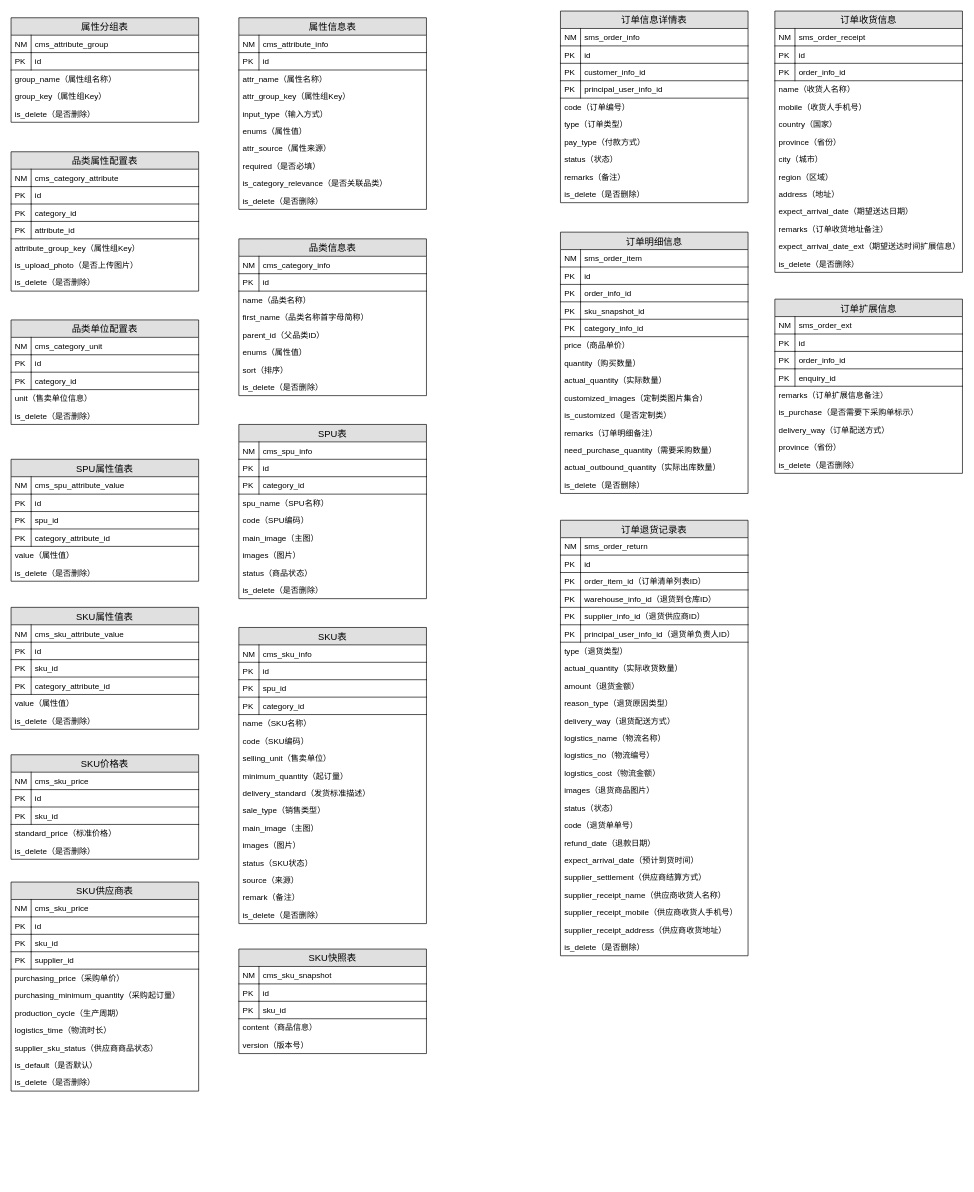
Before: page "第 5 页" (5 of 5) of 技术架构.drawio in jason-live/flow, a draw.io diagram. Source tidied: cells renumbered, new cells numbered last; positions are measured from the earlier drawing's top-left corner, leaving out a move shared by most shapes. Both pictures are drawn from the tidied source at 67%, with x=0, y=0 at pixel (11, 11).
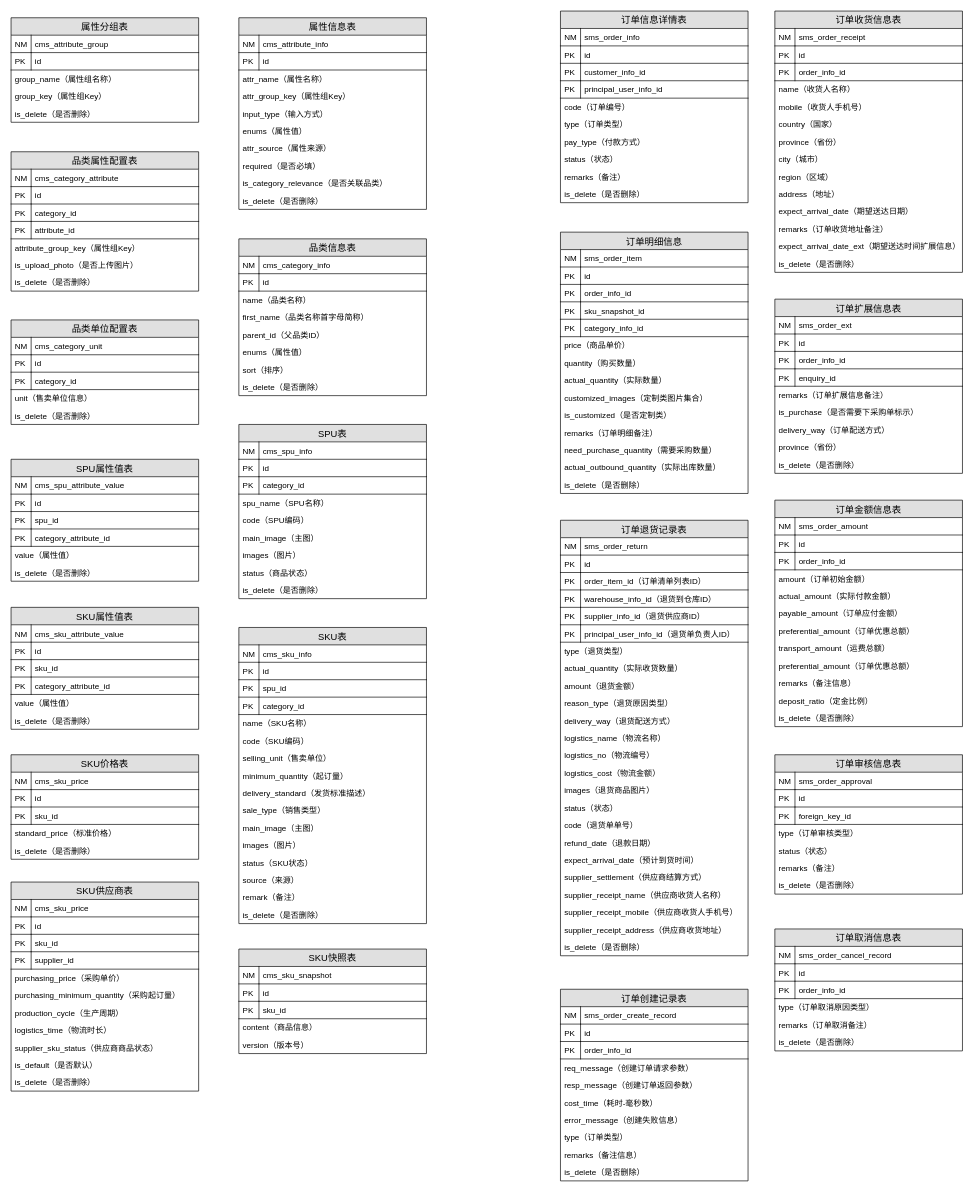
After the change.

The edit, as a diff of the source:
```diff
@@
-    <mxCell id="105" value="订单收货信息" style="swimlane;fontStyle=0;horizontal=1;startSize=26;fillColor=#e0e0e0;swimlaneFillColor=#ffffff;align=center;fontSize=14;" parent="1" vertex="1">
+    <mxCell id="105" value="订单收货信息表" style="swimlane;fontStyle=0;horizontal=1;startSize=26;fillColor=#e0e0e0;swimlaneFillColor=#ffffff;align=center;fontSize=14;" parent="1" vertex="1">
       <mxGeometry x="1140" width="280" height="390" as="geometry" />
     </mxCell>
@@
-    <mxCell id="198" value="订单扩展信息" style="swimlane;fontStyle=0;horizontal=1;startSize=26;fillColor=#e0e0e0;swimlaneFillColor=#ffffff;align=center;fontSize=14;" parent="1" vertex="1">
+    <mxCell id="198" value="订单扩展信息表" style="swimlane;fontStyle=0;horizontal=1;startSize=26;fillColor=#e0e0e0;swimlaneFillColor=#ffffff;align=center;fontSize=14;" parent="1" vertex="1">
       <mxGeometry x="1140" y="430" width="280" height="260" as="geometry" />
     </mxCell>
@@
+    <mxCell id="243" value="订单金额信息表" style="swimlane;fontStyle=0;horizontal=1;startSize=26;fillColor=#e0e0e0;swimlaneFillColor=#ffffff;align=center;fontSize=14;" parent="1" vertex="1">
+      <mxGeometry x="1140" y="730" width="280" height="338" as="geometry" />
+    </mxCell>
+    <mxCell id="244" value="sms_order_amount" style="shape=partialRectangle;top=0;left=0;right=0;bottom=1;align=left;verticalAlign=top;fillColor=none;spacingLeft=34;spacingRight=4;overflow=hidden;fontSize=12;" parent="243" vertex="1">
+      <mxGeometry y="26" width="280" height="26" as="geometry" />
+    </mxCell>
+    <mxCell id="245" value="NM" style="shape=partialRectangle;top=0;left=0;bottom=0;fillColor=none;align=left;verticalAlign=top;spacingLeft=4;spacingRight=4;overflow=hidden;fontSize=12;" parent="244" vertex="1">
+      <mxGeometry width="30" height="26" as="geometry" />
+    </mxCell>
+    <mxCell id="246" value="id" style="shape=partialRectangle;top=0;left=0;right=0;bottom=1;align=left;verticalAlign=top;fillColor=none;spacingLeft=34;spacingRight=4;overflow=hidden;fontSize=12;" parent="243" vertex="1">
+      <mxGeometry y="52" width="280" height="26" as="geometry" />
+    </mxCell>
+    <mxCell id="247" value="PK" style="shape=partialRectangle;top=0;left=0;bottom=0;fillColor=none;align=left;verticalAlign=top;spacingLeft=4;spacingRight=4;overflow=hidden;fontSize=12;" parent="246" vertex="1">
+      <mxGeometry width="30" height="26" as="geometry" />
+    </mxCell>
+    <mxCell id="248" value="order_info_id" style="shape=partialRectangle;top=0;left=0;right=0;bottom=1;align=left;verticalAlign=top;fillColor=none;spacingLeft=34;spacingRight=4;overflow=hidden;fontSize=12;" parent="243" vertex="1">
+      <mxGeometry y="78" width="280" height="26" as="geometry" />
+    </mxCell>
+    <mxCell id="249" value="PK" style="shape=partialRectangle;top=0;left=0;bottom=0;fillColor=none;align=left;verticalAlign=top;spacingLeft=4;spacingRight=4;overflow=hidden;fontSize=12;" parent="248" vertex="1">
+      <mxGeometry width="30" height="26" as="geometry" />
+    </mxCell>
+    <mxCell id="250" value="amount（订单初始金额）" style="text;strokeColor=none;fillColor=none;spacingLeft=4;spacingRight=4;overflow=hidden;fontSize=12;rounded=1;shadow=0;html=0;" parent="243" vertex="1">
+      <mxGeometry y="104" width="280" height="26" as="geometry" />
+    </mxCell>
+    <mxCell id="251" value="actual_amount（实际付款金额）" style="text;strokeColor=none;fillColor=none;spacingLeft=4;spacingRight=4;overflow=hidden;fontSize=12;rounded=1;shadow=0;html=0;" parent="243" vertex="1">
+      <mxGeometry y="130" width="280" height="26" as="geometry" />
+    </mxCell>
+    <mxCell id="252" value="payable_amount（订单应付金额）" style="text;strokeColor=none;fillColor=none;spacingLeft=4;spacingRight=4;overflow=hidden;fontSize=12;rounded=1;shadow=0;html=0;" parent="243" vertex="1">
+      <mxGeometry y="156" width="280" height="26" as="geometry" />
+    </mxCell>
+    <mxCell id="253" value="preferential_amount（订单优惠总额）" style="text;strokeColor=none;fillColor=none;spacingLeft=4;spacingRight=4;overflow=hidden;fontSize=12;rounded=1;shadow=0;html=0;" parent="243" vertex="1">
+      <mxGeometry y="182" width="280" height="26" as="geometry" />
+    </mxCell>
+    <mxCell id="254" value="transport_amount（运费总额）" style="text;strokeColor=none;fillColor=none;spacingLeft=4;spacingRight=4;overflow=hidden;fontSize=12;rounded=1;shadow=0;html=0;" parent="243" vertex="1">
+      <mxGeometry y="208" width="280" height="26" as="geometry" />
+    </mxCell>
+    <mxCell id="255" value="preferential_amount（订单优惠总额）" style="text;strokeColor=none;fillColor=none;spacingLeft=4;spacingRight=4;overflow=hidden;fontSize=12;rounded=1;shadow=0;html=0;" parent="243" vertex="1">
+      <mxGeometry y="234" width="280" height="26" as="geometry" />
+    </mxCell>
+    <mxCell id="256" value="remarks（备注信息）" style="text;strokeColor=none;fillColor=none;spacingLeft=4;spacingRight=4;overflow=hidden;fontSize=12;rounded=1;shadow=0;html=0;" parent="243" vertex="1">
+      <mxGeometry y="260" width="280" height="26" as="geometry" />
+    </mxCell>
+    <mxCell id="257" value="deposit_ratio（定金比例）" style="text;strokeColor=none;fillColor=none;spacingLeft=4;spacingRight=4;overflow=hidden;fontSize=12;rounded=1;shadow=0;html=0;" parent="243" vertex="1">
+      <mxGeometry y="286" width="280" height="26" as="geometry" />
+    </mxCell>
+    <mxCell id="258" value="is_delete（是否删除）" style="text;strokeColor=none;fillColor=none;spacingLeft=4;spacingRight=4;overflow=hidden;fontSize=12;rounded=1;shadow=0;html=0;" parent="243" vertex="1">
+      <mxGeometry y="312" width="280" height="26" as="geometry" />
+    </mxCell>
+    <mxCell id="259" value="订单审核信息表" style="swimlane;fontStyle=0;horizontal=1;startSize=26;fillColor=#e0e0e0;swimlaneFillColor=#ffffff;align=center;fontSize=14;" parent="1" vertex="1">
+      <mxGeometry x="1140" y="1110" width="280" height="208" as="geometry" />
+    </mxCell>
+    <mxCell id="260" value="sms_order_approval" style="shape=partialRectangle;top=0;left=0;right=0;bottom=1;align=left;verticalAlign=top;fillColor=none;spacingLeft=34;spacingRight=4;overflow=hidden;fontSize=12;" parent="259" vertex="1">
+      <mxGeometry y="26" width="280" height="26" as="geometry" />
+    </mxCell>
+    <mxCell id="261" value="NM" style="shape=partialRectangle;top=0;left=0;bottom=0;fillColor=none;align=left;verticalAlign=top;spacingLeft=4;spacingRight=4;overflow=hidden;fontSize=12;" parent="260" vertex="1">
+      <mxGeometry width="30" height="26" as="geometry" />
+    </mxCell>
+    <mxCell id="262" value="id" style="shape=partialRectangle;top=0;left=0;right=0;bottom=1;align=left;verticalAlign=top;fillColor=none;spacingLeft=34;spacingRight=4;overflow=hidden;fontSize=12;" parent="259" vertex="1">
+      <mxGeometry y="52" width="280" height="26" as="geometry" />
+    </mxCell>
+    <mxCell id="263" value="PK" style="shape=partialRectangle;top=0;left=0;bottom=0;fillColor=none;align=left;verticalAlign=top;spacingLeft=4;spacingRight=4;overflow=hidden;fontSize=12;" parent="262" vertex="1">
+      <mxGeometry width="30" height="26" as="geometry" />
+    </mxCell>
+    <mxCell id="264" value="foreign_key_id" style="shape=partialRectangle;top=0;left=0;right=0;bottom=1;align=left;verticalAlign=top;fillColor=none;spacingLeft=34;spacingRight=4;overflow=hidden;fontSize=12;" parent="259" vertex="1">
+      <mxGeometry y="78" width="280" height="26" as="geometry" />
+    </mxCell>
+    <mxCell id="265" value="PK" style="shape=partialRectangle;top=0;left=0;bottom=0;fillColor=none;align=left;verticalAlign=top;spacingLeft=4;spacingRight=4;overflow=hidden;fontSize=12;" parent="264" vertex="1">
+      <mxGeometry width="30" height="26" as="geometry" />
+    </mxCell>
+    <mxCell id="266" value="type（订单审核类型）" style="text;strokeColor=none;fillColor=none;spacingLeft=4;spacingRight=4;overflow=hidden;fontSize=12;rounded=1;shadow=0;html=0;" parent="259" vertex="1">
+      <mxGeometry y="104" width="280" height="26" as="geometry" />
+    </mxCell>
+    <mxCell id="267" value="status（状态）" style="text;strokeColor=none;fillColor=none;spacingLeft=4;spacingRight=4;overflow=hidden;fontSize=12;rounded=1;shadow=0;html=0;" parent="259" vertex="1">
+      <mxGeometry y="130" width="280" height="26" as="geometry" />
+    </mxCell>
+    <mxCell id="268" value="remarks（备注）" style="text;strokeColor=none;fillColor=none;spacingLeft=4;spacingRight=4;overflow=hidden;fontSize=12;rounded=1;shadow=0;html=0;" parent="259" vertex="1">
+      <mxGeometry y="156" width="280" height="26" as="geometry" />
+    </mxCell>
+    <mxCell id="269" value="is_delete（是否删除）" style="text;strokeColor=none;fillColor=none;spacingLeft=4;spacingRight=4;overflow=hidden;fontSize=12;rounded=1;shadow=0;html=0;" parent="259" vertex="1">
+      <mxGeometry y="182" width="280" height="26" as="geometry" />
+    </mxCell>
+    <mxCell id="270" value="订单取消信息表" style="swimlane;fontStyle=0;horizontal=1;startSize=26;fillColor=#e0e0e0;swimlaneFillColor=#ffffff;align=center;fontSize=14;" parent="1" vertex="1">
+      <mxGeometry x="1140" y="1370" width="280" height="182" as="geometry" />
+    </mxCell>
+    <mxCell id="271" value="sms_order_cancel_record" style="shape=partialRectangle;top=0;left=0;right=0;bottom=1;align=left;verticalAlign=top;fillColor=none;spacingLeft=34;spacingRight=4;overflow=hidden;fontSize=12;" parent="270" vertex="1">
+      <mxGeometry y="26" width="280" height="26" as="geometry" />
+    </mxCell>
+    <mxCell id="272" value="NM" style="shape=partialRectangle;top=0;left=0;bottom=0;fillColor=none;align=left;verticalAlign=top;spacingLeft=4;spacingRight=4;overflow=hidden;fontSize=12;" parent="271" vertex="1">
+      <mxGeometry width="30" height="26" as="geometry" />
+    </mxCell>
+    <mxCell id="273" value="id" style="shape=partialRectangle;top=0;left=0;right=0;bottom=1;align=left;verticalAlign=top;fillColor=none;spacingLeft=34;spacingRight=4;overflow=hidden;fontSize=12;" parent="270" vertex="1">
+      <mxGeometry y="52" width="280" height="26" as="geometry" />
+    </mxCell>
+    <mxCell id="274" value="PK" style="shape=partialRectangle;top=0;left=0;bottom=0;fillColor=none;align=left;verticalAlign=top;spacingLeft=4;spacingRight=4;overflow=hidden;fontSize=12;" parent="273" vertex="1">
+      <mxGeometry width="30" height="26" as="geometry" />
+    </mxCell>
+    <mxCell id="275" value="order_info_id" style="shape=partialRectangle;top=0;left=0;right=0;bottom=1;align=left;verticalAlign=top;fillColor=none;spacingLeft=34;spacingRight=4;overflow=hidden;fontSize=12;" parent="270" vertex="1">
+      <mxGeometry y="78" width="280" height="26" as="geometry" />
+    </mxCell>
+    <mxCell id="276" value="PK" style="shape=partialRectangle;top=0;left=0;bottom=0;fillColor=none;align=left;verticalAlign=top;spacingLeft=4;spacingRight=4;overflow=hidden;fontSize=12;" parent="275" vertex="1">
+      <mxGeometry width="30" height="26" as="geometry" />
+    </mxCell>
+    <mxCell id="277" value="type（订单取消原因类型）" style="text;strokeColor=none;fillColor=none;spacingLeft=4;spacingRight=4;overflow=hidden;fontSize=12;rounded=1;shadow=0;html=0;" parent="270" vertex="1">
+      <mxGeometry y="104" width="280" height="26" as="geometry" />
+    </mxCell>
+    <mxCell id="278" value="remarks（订单取消备注）" style="text;strokeColor=none;fillColor=none;spacingLeft=4;spacingRight=4;overflow=hidden;fontSize=12;rounded=1;shadow=0;html=0;" parent="270" vertex="1">
+      <mxGeometry y="130" width="280" height="26" as="geometry" />
+    </mxCell>
+    <mxCell id="279" value="is_delete（是否删除）" style="text;strokeColor=none;fillColor=none;spacingLeft=4;spacingRight=4;overflow=hidden;fontSize=12;rounded=1;shadow=0;html=0;" parent="270" vertex="1">
+      <mxGeometry y="156" width="280" height="26" as="geometry" />
+    </mxCell>
+    <mxCell id="280" value="订单创建记录表" style="swimlane;fontStyle=0;horizontal=1;startSize=26;fillColor=#e0e0e0;swimlaneFillColor=#ffffff;align=center;fontSize=14;" parent="1" vertex="1">
+      <mxGeometry x="820" y="1460" width="280" height="286" as="geometry" />
+    </mxCell>
+    <mxCell id="281" value="sms_order_create_record" style="shape=partialRectangle;top=0;left=0;right=0;bottom=1;align=left;verticalAlign=top;fillColor=none;spacingLeft=34;spacingRight=4;overflow=hidden;fontSize=12;" parent="280" vertex="1">
+      <mxGeometry y="26" width="280" height="26" as="geometry" />
+    </mxCell>
+    <mxCell id="282" value="NM" style="shape=partialRectangle;top=0;left=0;bottom=0;fillColor=none;align=left;verticalAlign=top;spacingLeft=4;spacingRight=4;overflow=hidden;fontSize=12;" parent="281" vertex="1">
+      <mxGeometry width="30" height="26" as="geometry" />
+    </mxCell>
+    <mxCell id="283" value="id" style="shape=partialRectangle;top=0;left=0;right=0;bottom=1;align=left;verticalAlign=top;fillColor=none;spacingLeft=34;spacingRight=4;overflow=hidden;fontSize=12;" parent="280" vertex="1">
+      <mxGeometry y="52" width="280" height="26" as="geometry" />
+    </mxCell>
+    <mxCell id="284" value="PK" style="shape=partialRectangle;top=0;left=0;bottom=0;fillColor=none;align=left;verticalAlign=top;spacingLeft=4;spacingRight=4;overflow=hidden;fontSize=12;" parent="283" vertex="1">
+      <mxGeometry width="30" height="26" as="geometry" />
+    </mxCell>
+    <mxCell id="285" value="order_info_id" style="shape=partialRectangle;top=0;left=0;right=0;bottom=1;align=left;verticalAlign=top;fillColor=none;spacingLeft=34;spacingRight=4;overflow=hidden;fontSize=12;" parent="280" vertex="1">
+      <mxGeometry y="78" width="280" height="26" as="geometry" />
+    </mxCell>
+    <mxCell id="286" value="PK" style="shape=partialRectangle;top=0;left=0;bottom=0;fillColor=none;align=left;verticalAlign=top;spacingLeft=4;spacingRight=4;overflow=hidden;fontSize=12;" parent="285" vertex="1">
+      <mxGeometry width="30" height="26" as="geometry" />
+    </mxCell>
+    <mxCell id="287" value="req_message（创建订单请求参数）" style="text;strokeColor=none;fillColor=none;spacingLeft=4;spacingRight=4;overflow=hidden;fontSize=12;rounded=1;shadow=0;html=0;" parent="280" vertex="1">
+      <mxGeometry y="104" width="280" height="26" as="geometry" />
+    </mxCell>
+    <mxCell id="288" value="resp_message（创建订单返回参数）" style="text;strokeColor=none;fillColor=none;spacingLeft=4;spacingRight=4;overflow=hidden;fontSize=12;rounded=1;shadow=0;html=0;" parent="280" vertex="1">
+      <mxGeometry y="130" width="280" height="26" as="geometry" />
+    </mxCell>
+    <mxCell id="289" value="cost_time（耗时-毫秒数）" style="text;strokeColor=none;fillColor=none;spacingLeft=4;spacingRight=4;overflow=hidden;fontSize=12;rounded=1;shadow=0;html=0;" parent="280" vertex="1">
+      <mxGeometry y="156" width="280" height="26" as="geometry" />
+    </mxCell>
+    <mxCell id="290" value="error_message（创建失败信息）" style="text;strokeColor=none;fillColor=none;spacingLeft=4;spacingRight=4;overflow=hidden;fontSize=12;rounded=1;shadow=0;html=0;" parent="280" vertex="1">
+      <mxGeometry y="182" width="280" height="26" as="geometry" />
+    </mxCell>
+    <mxCell id="291" value="type（订单类型）" style="text;strokeColor=none;fillColor=none;spacingLeft=4;spacingRight=4;overflow=hidden;fontSize=12;rounded=1;shadow=0;html=0;" parent="280" vertex="1">
+      <mxGeometry y="208" width="280" height="26" as="geometry" />
+    </mxCell>
+    <mxCell id="292" value="remarks（备注信息）" style="text;strokeColor=none;fillColor=none;spacingLeft=4;spacingRight=4;overflow=hidden;fontSize=12;rounded=1;shadow=0;html=0;" parent="280" vertex="1">
+      <mxGeometry y="234" width="280" height="26" as="geometry" />
+    </mxCell>
+    <mxCell id="293" value="is_delete（是否删除）" style="text;strokeColor=none;fillColor=none;spacingLeft=4;spacingRight=4;overflow=hidden;fontSize=12;rounded=1;shadow=0;html=0;" parent="280" vertex="1">
+      <mxGeometry y="260" width="280" height="26" as="geometry" />
+    </mxCell>
```
